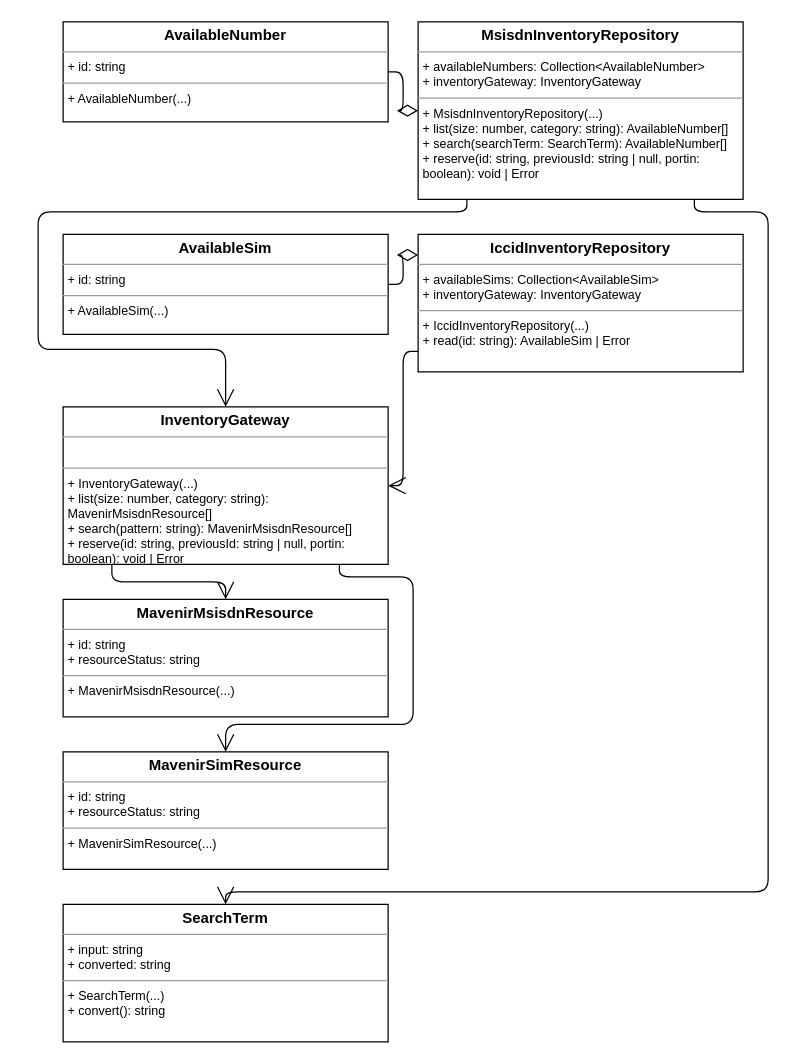
abd-works/abd-context-driven-delivery keeps this draw.io diagram as practices/clean_engineering/model/.examples/actual/from-drawio/to-drawio/number/numbers.drawio. Above is the earlier version. Source tidied: cells renumbered, new cells numbered last; positions are measured from the earlier drawing's top-left corner, leaving out a move shared by most shapes. Both pictures are drawn from the tidied source at 125%, with x=0, y=0 at pixel (38, 21).
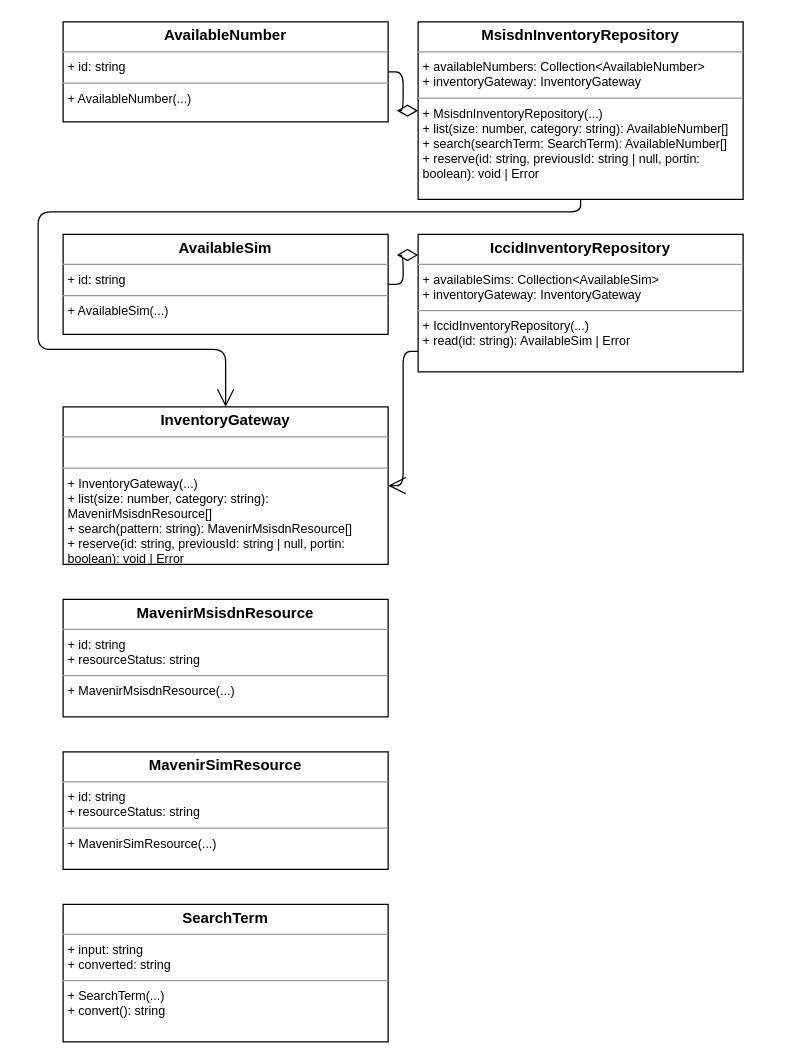
Above is the later version.

The change refers to these unchanged cells:
```xml
<mxCell id="2" value="&lt;p style=&quot;margin:0px;margin-top:4px;text-align:center;&quot;&gt;&lt;b&gt;MsisdnInventoryRepository&lt;/b&gt;&lt;/p&gt;&lt;hr size=&quot;1&quot;/&gt;&lt;p style=&quot;margin:0px;margin-left:4px;font-size:10px;&quot;&gt;+ availableNumbers: Collection&amp;lt;AvailableNumber&amp;gt;&lt;br/&gt;+ inventoryGateway: InventoryGateway&lt;br/&gt;&lt;/p&gt;&lt;hr size=&quot;1&quot;/&gt;&lt;p style=&quot;margin:0px;margin-left:4px;font-size:10px;&quot;&gt;+ MsisdnInventoryRepository(...)&lt;br/&gt;+ list(size: number, category: string): AvailableNumber[]&lt;br/&gt;+ search(searchTerm: SearchTerm): AvailableNumber[]&lt;br/&gt;+ reserve(id: string, previousId: string | null, portin: boolean): void | Error&lt;br/&gt;&lt;/p&gt;" style="verticalAlign=top;align=left;overflow=fill;fontSize=12;fontFamily=Helvetica;html=1;whiteSpace=wrap;" parent="1" vertex="1">
  <mxGeometry x="304" width="260" height="142" as="geometry" />
</mxCell>
<mxCell id="3" value="&lt;p style=&quot;margin:0px;margin-top:4px;text-align:center;&quot;&gt;&lt;b&gt;IccidInventoryRepository&lt;/b&gt;&lt;/p&gt;&lt;hr size=&quot;1&quot;/&gt;&lt;p style=&quot;margin:0px;margin-left:4px;font-size:10px;&quot;&gt;+ availableSims: Collection&amp;lt;AvailableSim&amp;gt;&lt;br/&gt;+ inventoryGateway: InventoryGateway&lt;br/&gt;&lt;/p&gt;&lt;hr size=&quot;1&quot;/&gt;&lt;p style=&quot;margin:0px;margin-left:4px;font-size:10px;&quot;&gt;+ IccidInventoryRepository(...)&lt;br/&gt;+ read(id: string): AvailableSim | Error&lt;br/&gt;&lt;/p&gt;" style="verticalAlign=top;align=left;overflow=fill;fontSize=12;fontFamily=Helvetica;html=1;whiteSpace=wrap;" parent="1" vertex="1">
  <mxGeometry x="304" y="170" width="260" height="110" as="geometry" />
</mxCell>
<mxCell id="6" value="&lt;p style=&quot;margin:0px;margin-top:4px;text-align:center;&quot;&gt;&lt;b&gt;SearchTerm&lt;/b&gt;&lt;/p&gt;&lt;hr size=&quot;1&quot;/&gt;&lt;p style=&quot;margin:0px;margin-left:4px;font-size:10px;&quot;&gt;+ input: string&lt;br/&gt;+ converted: string&lt;br/&gt;&lt;/p&gt;&lt;hr size=&quot;1&quot;/&gt;&lt;p style=&quot;margin:0px;margin-left:4px;font-size:10px;&quot;&gt;+ SearchTerm(...)&lt;br/&gt;+ convert(): string&lt;br/&gt;&lt;/p&gt;" style="verticalAlign=top;align=left;overflow=fill;fontSize=12;fontFamily=Helvetica;html=1;whiteSpace=wrap;" parent="1" vertex="1">
  <mxGeometry x="20" y="706" width="260" height="110" as="geometry" />
</mxCell>
<mxCell id="7" value="&lt;p style=&quot;margin:0px;margin-top:4px;text-align:center;&quot;&gt;&lt;b&gt;MavenirMsisdnResource&lt;/b&gt;&lt;/p&gt;&lt;hr size=&quot;1&quot;/&gt;&lt;p style=&quot;margin:0px;margin-left:4px;font-size:10px;&quot;&gt;+ id: string&lt;br/&gt;+ resourceStatus: string&lt;br/&gt;&lt;/p&gt;&lt;hr size=&quot;1&quot;/&gt;&lt;p style=&quot;margin:0px;margin-left:4px;font-size:10px;&quot;&gt;+ MavenirMsisdnResource(...)&lt;br/&gt;&lt;/p&gt;" style="verticalAlign=top;align=left;overflow=fill;fontSize=12;fontFamily=Helvetica;html=1;whiteSpace=wrap;" parent="1" vertex="1">
  <mxGeometry x="20" y="462" width="260" height="94" as="geometry" />
</mxCell>
<mxCell id="8" value="&lt;p style=&quot;margin:0px;margin-top:4px;text-align:center;&quot;&gt;&lt;b&gt;InventoryGateway&lt;/b&gt;&lt;/p&gt;&lt;hr size=&quot;1&quot;/&gt;&lt;p style=&quot;margin:0px;margin-left:4px;font-size:10px;&quot;&gt;&lt;br/&gt;&lt;/p&gt;&lt;hr size=&quot;1&quot;/&gt;&lt;p style=&quot;margin:0px;margin-left:4px;font-size:10px;&quot;&gt;+ InventoryGateway(...)&lt;br/&gt;+ list(size: number, category: string): MavenirMsisdnResource[]&lt;br/&gt;+ search(pattern: string): MavenirMsisdnResource[]&lt;br/&gt;+ reserve(id: string, previousId: string | null, portin: boolean): void | Error&lt;br/&gt;+ read(id: string): MavenirSimResource | Error&lt;br/&gt;&lt;/p&gt;" style="verticalAlign=top;align=left;overflow=fill;fontSize=12;fontFamily=Helvetica;html=1;whiteSpace=wrap;" parent="1" vertex="1">
  <mxGeometry x="20" y="308" width="260" height="126" as="geometry" />
</mxCell>
<mxCell id="9" value="&lt;p style=&quot;margin:0px;margin-top:4px;text-align:center;&quot;&gt;&lt;b&gt;MavenirSimResource&lt;/b&gt;&lt;/p&gt;&lt;hr size=&quot;1&quot;/&gt;&lt;p style=&quot;margin:0px;margin-left:4px;font-size:10px;&quot;&gt;+ id: string&lt;br/&gt;+ resourceStatus: string&lt;br/&gt;&lt;/p&gt;&lt;hr size=&quot;1&quot;/&gt;&lt;p style=&quot;margin:0px;margin-left:4px;font-size:10px;&quot;&gt;+ MavenirSimResource(...)&lt;br/&gt;&lt;/p&gt;" style="verticalAlign=top;align=left;overflow=fill;fontSize=12;fontFamily=Helvetica;html=1;whiteSpace=wrap;" parent="1" vertex="1">
  <mxGeometry x="20" y="584" width="260" height="94" as="geometry" />
</mxCell>
```

What changed in the source:
```diff
@@
-    <mxCell id="12" style="edgeStyle=orthogonalEdgeStyle;rounded=1;endArrow=open;endSize=12;html=1;exitX=0.15;exitY=1.0;exitDx=0;exitDy=0;entryX=0.5;entryY=0.0;entryDx=0;entryDy=0;" parent="1" edge="1" source="8" target="7">
+    <mxCell id="12" style="edgeStyle=orthogonalEdgeStyle;rounded=1;endArrow=open;endSize=12;html=1;exitX=0.0;exitY=0.85;exitDx=0;exitDy=0;entryX=1.0;entryY=0.5;entryDx=0;entryDy=0;" parent="1" edge="1" source="3" target="8">
       <mxGeometry relative="1" as="geometry" />
     </mxCell>
-    <mxCell id="13" style="edgeStyle=orthogonalEdgeStyle;rounded=1;endArrow=open;endSize=12;html=1;exitX=0.85;exitY=1.0;exitDx=0;exitDy=0;entryX=0.5;entryY=0.0;entryDx=0;entryDy=0;" parent="1" edge="1" source="8" target="9">
+    <mxCell id="13" style="edgeStyle=orthogonalEdgeStyle;rounded=1;endArrow=open;endSize=12;html=1;exitX=0.5;exitY=1.0;exitDx=0;exitDy=0;entryX=0.5;entryY=0.0;entryDx=0;entryDy=0;" parent="1" edge="1" source="2" target="8">
       <mxGeometry relative="1" as="geometry">
         <Array as="points">
-          <mxPoint x="241" y="444" />
-          <mxPoint x="300" y="444" />
-          <mxPoint x="300" y="562" />
-          <mxPoint x="150" y="562" />
+          <mxPoint x="434" y="152" />
+          <mxPoint y="152" />
+          <mxPoint y="262" />
+          <mxPoint x="150" y="262" />
         </Array>
       </mxGeometry>
     </mxCell>
-    <mxCell id="14" style="edgeStyle=orthogonalEdgeStyle;rounded=1;endArrow=open;endSize=12;html=1;exitX=0.0;exitY=0.85;exitDx=0;exitDy=0;entryX=1.0;entryY=0.5;entryDx=0;entryDy=0;" parent="1" edge="1" source="3" target="8">
-      <mxGeometry relative="1" as="geometry" />
-    </mxCell>
-    <mxCell id="15" style="edgeStyle=orthogonalEdgeStyle;rounded=1;endArrow=open;endSize=12;html=1;exitX=0.15;exitY=1.0;exitDx=0;exitDy=0;entryX=0.5;entryY=0.0;entryDx=0;entryDy=0;" parent="1" edge="1" source="2" target="8">
-      <mxGeometry relative="1" as="geometry">
-        <Array as="points">
-          <mxPoint x="343" y="152" />
-          <mxPoint y="152" />
-          <mxPoint y="262" />
-          <mxPoint x="150" y="262" />
-        </Array>
-      </mxGeometry>
-    </mxCell>
-    <mxCell id="16" style="edgeStyle=orthogonalEdgeStyle;rounded=1;endArrow=open;endSize=12;html=1;exitX=0.85;exitY=1.0;exitDx=0;exitDy=0;entryX=0.5;entryY=0.0;entryDx=0;entryDy=0;" parent="1" edge="1" source="2" target="6">
-      <mxGeometry relative="1" as="geometry">
-        <Array as="points">
-          <mxPoint x="525" y="152" />
-          <mxPoint x="584" y="152" />
-          <mxPoint x="584" y="696" />
-          <mxPoint x="150" y="696" />
-        </Array>
-      </mxGeometry>
-    </mxCell>
```
